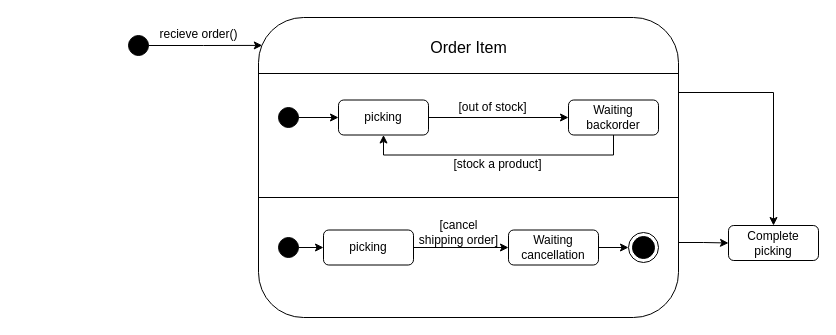
Above: 시분설_6조_STD.drawio in dbsrudrla/diagram (draw.io), before the change. Source tidied: cells renumbered, new cells numbered last; positions are measured from the earlier drawing's top-left corner, leaving out a move shared by most shapes. Both pictures are drawn from the tidied source at 100%, with x=0, y=0 at pixel (128, 17).
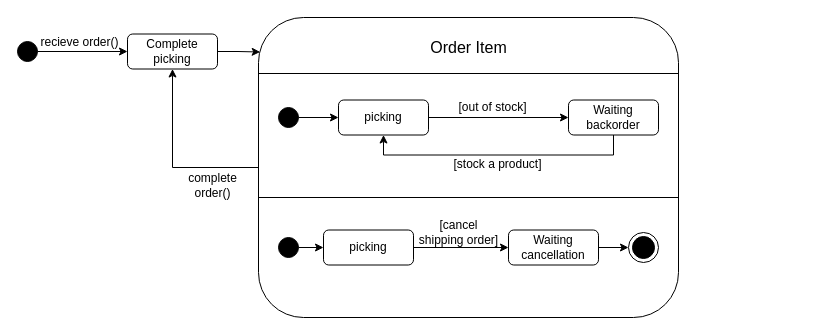
Above is the later version.

Commit message:
시분설_6조_STD.drawio 업데이트

Unchanged cells that the change refers to:
```xml
<mxCell id="7" style="rounded=1;whiteSpace=wrap;html=1;" parent="1" vertex="1">
  <mxGeometry x="130" width="420" height="300" as="geometry" />
</mxCell>
```

Change to the diagram source:
```diff
@@
-    <mxCell id="2" style="edgeStyle=orthogonalEdgeStyle;rounded=0;jettySize=auto;html=1;exitX=1;exitY=0.5;exitDx=0;exitDy=0;entryX=0.009;entryY=0.093;entryDx=0;entryDy=0;entryPerimeter=0;" parent="1" edge="1" source="3" target="7">
-      <mxGeometry relative="1" as="geometry" />
-    </mxCell>
+    <mxCell id="28" style="edgeStyle=orthogonalEdgeStyle;rounded=0;jettySize=auto;html=1;exitX=1;exitY=0.5;exitDx=0;exitDy=0;entryX=0;entryY=0.5;entryDx=0;entryDy=0;" parent="1" edge="1" source="3" target="27">
+      <mxGeometry relative="1" as="geometry" />
+    </mxCell>
     <mxCell id="3" style="ellipse;whiteSpace=wrap;html=1;fillColor=#000000;" parent="1" vertex="1">
-      <mxGeometry y="18" width="20" height="20" as="geometry" />
+      <mxGeometry x="-111" y="24" width="20" height="20" as="geometry" />
     </mxCell>
     <mxCell id="4" value="recieve order()" style="text;html=1;align=center;verticalAlign=middle;strokeColor=none;fillColor=none;" parent="1" vertex="1">
-      <mxGeometry x="20" y="2" width="100" height="30" as="geometry" />
+      <mxGeometry x="-99" y="10" width="100" height="30" as="geometry" />
     </mxCell>
-    <mxCell id="5" style="edgeStyle=orthogonalEdgeStyle;rounded=0;jettySize=auto;html=1;exitX=1;exitY=0.75;exitDx=0;exitDy=0;entryX=0;entryY=0.5;entryDx=0;entryDy=0;" parent="1" edge="1" source="7" target="27">
-      <mxGeometry relative="1" as="geometry" />
-    </mxCell>
-    <mxCell id="6" style="edgeStyle=orthogonalEdgeStyle;rounded=0;jettySize=auto;html=1;exitX=1;exitY=0.25;exitDx=0;exitDy=0;entryX=0.5;entryY=0;entryDx=0;entryDy=0;" parent="1" edge="1" source="7" target="27">
-      <mxGeometry relative="1" as="geometry" />
-    </mxCell>
+    <mxCell id="29" style="edgeStyle=orthogonalEdgeStyle;rounded=0;jettySize=auto;html=1;exitX=0;exitY=0.5;exitDx=0;exitDy=0;entryX=0.5;entryY=1;entryDx=0;entryDy=0;" parent="1" edge="1" source="7" target="27">
+      <mxGeometry relative="1" as="geometry" />
+    </mxCell>
@@
     <mxCell id="8" style="endArrow=none;html=1;rounded=0;entryX=0.994;entryY=0.175;entryDx=0;entryDy=0;entryPerimeter=0;" parent="1" edge="1">
       <mxGeometry relative="1" as="geometry">
         <mxPoint x="130" y="56" as="sourcePoint" />
-        <mxPoint x="550.5" y="56" as="targetPoint" />
+        <mxPoint x="550.4" y="56" as="targetPoint" />
       </mxGeometry>
     </mxCell>
@@
+    <mxCell id="30" style="edgeStyle=orthogonalEdgeStyle;rounded=0;jettySize=auto;html=1;exitX=1;exitY=0.5;exitDx=0;exitDy=0;entryX=0.004;entryY=0.115;entryDx=0;entryDy=0;entryPerimeter=0;" parent="1" edge="1" source="27" target="7">
+      <mxGeometry relative="1" as="geometry" />
+    </mxCell>
     <mxCell id="27" value="Complete&lt;br&gt;picking" style="rounded=1;whiteSpace=wrap;html=1;" parent="1" vertex="1">
-      <mxGeometry x="600" y="208" width="90" height="35" as="geometry" />
+      <mxGeometry x="-1" y="16.5" width="90" height="35" as="geometry" />
     </mxCell>
+    <mxCell id="31" value="complete&lt;br&gt;order()" style="text;html=1;align=center;verticalAlign=middle;strokeColor=none;fillColor=none;" parent="1" vertex="1">
+      <mxGeometry x="49" y="148" width="70" height="40" as="geometry" />
+    </mxCell>
```
